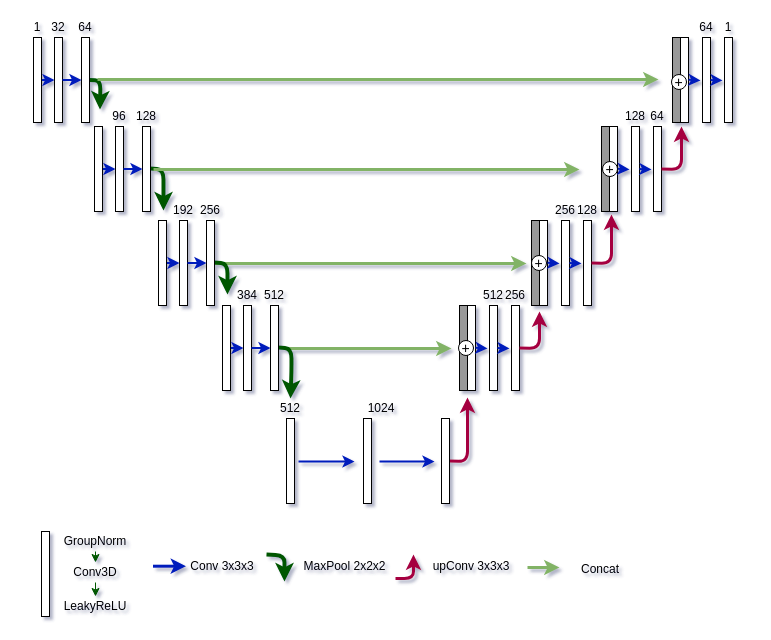
This is docs/models/unet.dio from SMLC-NYSBC/TARDIS, a draw.io file, before an edit. Source tidied: cells renumbered, new cells numbered last; positions are measured from the earlier drawing's top-left corner, leaving out a move shared by most shapes. Both pictures are drawn from the tidied source at 100%, with x=0, y=0 at pixel (17, 17).
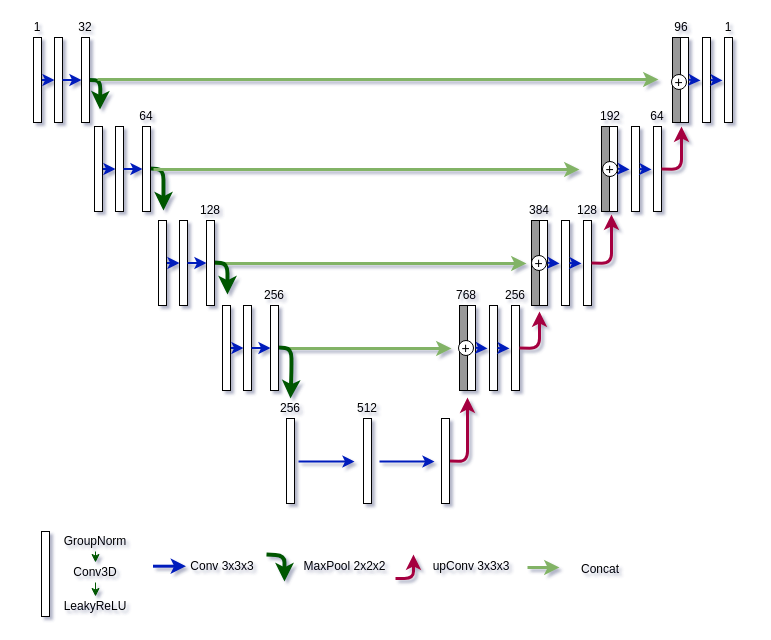
The same diagram, later.

The edit, as a diff of the source:
```diff
@@
-    <mxCell id="7" value="&lt;font color=&quot;#000000&quot;&gt;64&lt;/font&gt;" style="text;html=1;strokeColor=none;fillColor=none;align=center;verticalAlign=middle;whiteSpace=wrap;rounded=0;" parent="1" vertex="1">
+    <mxCell id="7" value="&lt;font color=&quot;#000000&quot;&gt;32&lt;/font&gt;" style="text;html=1;strokeColor=none;fillColor=none;align=center;verticalAlign=middle;whiteSpace=wrap;rounded=0;" parent="1" vertex="1">
       <mxGeometry x="48" width="40" height="20" as="geometry" />
     </mxCell>
-    <mxCell id="8" style="edgeStyle=none;html=1;exitX=1;exitY=0.5;exitDx=0;exitDy=0;fillColor=#008a00;strokeColor=#005700;strokeWidth=4;entryX=0;entryY=0.5;entryDx=0;entryDy=0;" parent="1" edge="1" target="57">
+    <mxCell id="8" style="edgeStyle=none;html=1;exitX=1;exitY=0.5;exitDx=0;exitDy=0;fillColor=#008a00;strokeColor=#005700;strokeWidth=4;entryX=0;entryY=0.5;entryDx=0;entryDy=0;" parent="1" edge="1">
       <mxGeometry relative="1" as="geometry">
         <mxPoint x="133" y="151" as="sourcePoint" />
+        <mxPoint x="146" y="193" as="targetPoint" />
         <Array as="points">
           <mxPoint x="146" y="152" />
           <mxPoint x="146" y="175" />
         </Array>
       </mxGeometry>
     </mxCell>
@@
-    <mxCell id="10" value="&lt;font color=&quot;#000000&quot;&gt;512&lt;/font&gt;" style="text;html=1;strokeColor=none;fillColor=none;align=center;verticalAlign=middle;whiteSpace=wrap;rounded=0;" parent="1" vertex="1">
+    <mxCell id="10" value="&lt;font color=&quot;#000000&quot;&gt;256&lt;/font&gt;" style="text;html=1;strokeColor=none;fillColor=none;align=center;verticalAlign=middle;whiteSpace=wrap;rounded=0;" parent="1" vertex="1">
       <mxGeometry x="253" y="381" width="40" height="20" as="geometry" />
     </mxCell>
-    <mxCell id="11" value="&lt;font color=&quot;#000000&quot;&gt;1024&lt;/font&gt;" style="text;html=1;strokeColor=none;fillColor=none;align=center;verticalAlign=middle;whiteSpace=wrap;rounded=0;" parent="1" vertex="1">
-      <mxGeometry x="344" y="381" width="40" height="20" as="geometry" />
+    <mxCell id="11" value="&lt;font color=&quot;#000000&quot;&gt;512&lt;/font&gt;" style="text;html=1;strokeColor=none;fillColor=none;align=center;verticalAlign=middle;whiteSpace=wrap;rounded=0;" parent="1" vertex="1">
+      <mxGeometry x="330" y="381" width="40" height="20" as="geometry" />
     </mxCell>
@@
-    <mxCell id="21" value="&lt;font color=&quot;#000000&quot;&gt;512&lt;/font&gt;" style="text;html=1;strokeColor=none;fillColor=none;align=center;verticalAlign=middle;whiteSpace=wrap;rounded=0;" parent="1" vertex="1">
-      <mxGeometry x="456" y="268" width="40" height="20" as="geometry" />
-    </mxCell>
@@
-    <mxCell id="42" value="&lt;font color=&quot;#000000&quot;&gt;32&lt;/font&gt;" style="text;html=1;strokeColor=none;fillColor=none;align=center;verticalAlign=middle;whiteSpace=wrap;rounded=0;" parent="1" vertex="1">
-      <mxGeometry x="21" width="40" height="20" as="geometry" />
-    </mxCell>
@@
-    <mxCell id="47" value="&lt;font color=&quot;#000000&quot;&gt;128&lt;/font&gt;" style="text;html=1;strokeColor=none;fillColor=none;align=center;verticalAlign=middle;whiteSpace=wrap;rounded=0;" parent="1" vertex="1">
+    <mxCell id="47" value="&lt;font color=&quot;#000000&quot;&gt;64&lt;br&gt;&lt;/font&gt;" style="text;html=1;strokeColor=none;fillColor=none;align=center;verticalAlign=middle;whiteSpace=wrap;rounded=0;" parent="1" vertex="1">
       <mxGeometry x="109" y="89" width="40" height="20" as="geometry" />
     </mxCell>
@@
-    <mxCell id="49" value="&lt;font color=&quot;#000000&quot;&gt;96&lt;/font&gt;" style="text;html=1;strokeColor=none;fillColor=none;align=center;verticalAlign=middle;whiteSpace=wrap;rounded=0;" parent="1" vertex="1">
-      <mxGeometry x="82" y="89" width="40" height="20" as="geometry" />
-    </mxCell>
@@
-    <mxCell id="55" value="&lt;font color=&quot;#000000&quot;&gt;256&lt;/font&gt;" style="text;html=1;strokeColor=none;fillColor=none;align=center;verticalAlign=middle;whiteSpace=wrap;rounded=0;" parent="1" vertex="1">
+    <mxCell id="55" value="&lt;font color=&quot;#000000&quot;&gt;128&lt;/font&gt;" style="text;html=1;strokeColor=none;fillColor=none;align=center;verticalAlign=middle;whiteSpace=wrap;rounded=0;" parent="1" vertex="1">
       <mxGeometry x="173" y="183" width="40" height="20" as="geometry" />
     </mxCell>
@@
-    <mxCell id="57" value="&lt;font color=&quot;#000000&quot;&gt;192&lt;/font&gt;" style="text;html=1;strokeColor=none;fillColor=none;align=center;verticalAlign=middle;whiteSpace=wrap;rounded=0;" parent="1" vertex="1">
-      <mxGeometry x="146" y="183" width="40" height="20" as="geometry" />
-    </mxCell>
@@
-    <mxCell id="63" value="&lt;font color=&quot;#000000&quot;&gt;512&lt;/font&gt;" style="text;html=1;strokeColor=none;fillColor=none;align=center;verticalAlign=middle;whiteSpace=wrap;rounded=0;" parent="1" vertex="1">
+    <mxCell id="63" value="&lt;font color=&quot;#000000&quot;&gt;256&lt;/font&gt;" style="text;html=1;strokeColor=none;fillColor=none;align=center;verticalAlign=middle;whiteSpace=wrap;rounded=0;" parent="1" vertex="1">
       <mxGeometry x="237" y="268" width="40" height="20" as="geometry" />
     </mxCell>
@@
-    <mxCell id="65" value="&lt;font color=&quot;#000000&quot;&gt;384&lt;/font&gt;" style="text;html=1;strokeColor=none;fillColor=none;align=center;verticalAlign=middle;whiteSpace=wrap;rounded=0;" parent="1" vertex="1">
-      <mxGeometry x="210" y="268" width="40" height="20" as="geometry" />
-    </mxCell>
@@
-    <mxCell id="71" value="&lt;font color=&quot;#000000&quot;&gt;256&lt;/font&gt;" style="text;html=1;strokeColor=none;fillColor=none;align=center;verticalAlign=middle;whiteSpace=wrap;rounded=0;" parent="1" vertex="1">
-      <mxGeometry x="528" y="183" width="40" height="20" as="geometry" />
-    </mxCell>
@@
-    <mxCell id="80" value="&lt;font color=&quot;#000000&quot;&gt;128&lt;/font&gt;" style="text;html=1;strokeColor=none;fillColor=none;align=center;verticalAlign=middle;whiteSpace=wrap;rounded=0;" parent="1" vertex="1">
-      <mxGeometry x="598" y="89" width="40" height="20" as="geometry" />
-    </mxCell>
@@
-    <mxCell id="89" value="&lt;font color=&quot;#000000&quot;&gt;64&lt;/font&gt;" style="text;html=1;strokeColor=none;fillColor=none;align=center;verticalAlign=middle;whiteSpace=wrap;rounded=0;" parent="1" vertex="1">
-      <mxGeometry x="669" width="40" height="20" as="geometry" />
+    <mxCell id="89" value="&lt;font color=&quot;#000000&quot;&gt;96&lt;/font&gt;" style="text;html=1;strokeColor=none;fillColor=none;align=center;verticalAlign=middle;whiteSpace=wrap;rounded=0;" parent="1" vertex="1">
+      <mxGeometry x="644" width="40" height="20" as="geometry" />
     </mxCell>
@@
+    <mxCell id="100" value="&lt;font color=&quot;#000000&quot;&gt;768&lt;/font&gt;" style="text;html=1;strokeColor=none;fillColor=none;align=center;verticalAlign=middle;whiteSpace=wrap;rounded=0;" parent="1" vertex="1">
+      <mxGeometry x="428.5" y="268" width="40" height="20" as="geometry" />
+    </mxCell>
+    <mxCell id="65" value="&lt;font color=&quot;#000000&quot;&gt;384&lt;/font&gt;" style="text;html=1;strokeColor=none;fillColor=none;align=center;verticalAlign=middle;whiteSpace=wrap;rounded=0;" parent="1" vertex="1">
+      <mxGeometry x="502" y="183" width="40" height="20" as="geometry" />
+    </mxCell>
+    <mxCell id="57" value="&lt;font color=&quot;#000000&quot;&gt;192&lt;/font&gt;" style="text;html=1;strokeColor=none;fillColor=none;align=center;verticalAlign=middle;whiteSpace=wrap;rounded=0;" parent="1" vertex="1">
+      <mxGeometry x="572.5" y="89" width="40" height="20" as="geometry" />
+    </mxCell>
```
